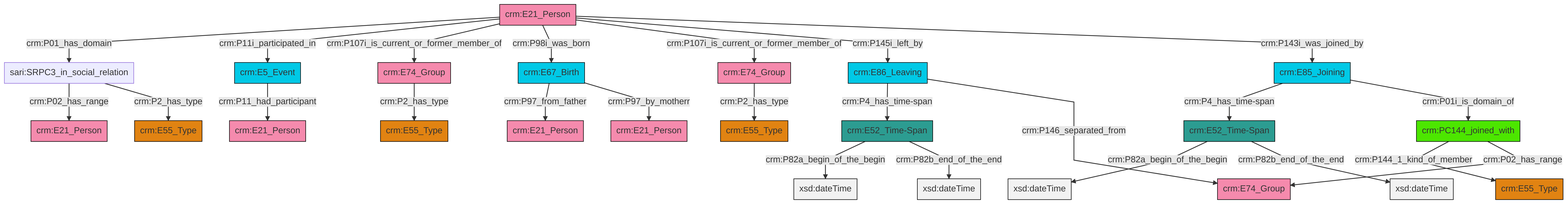
This is et/personCSV/ttl/mmd/png/Person_Actor_Relations.png from swiss-art-research-net/reference-data-models, a Mermaid export, as it was before one commit. Its source is kept beside it as et/personCSV/ttl/mmd/Person_Actor_Relations.ttl.mmd.
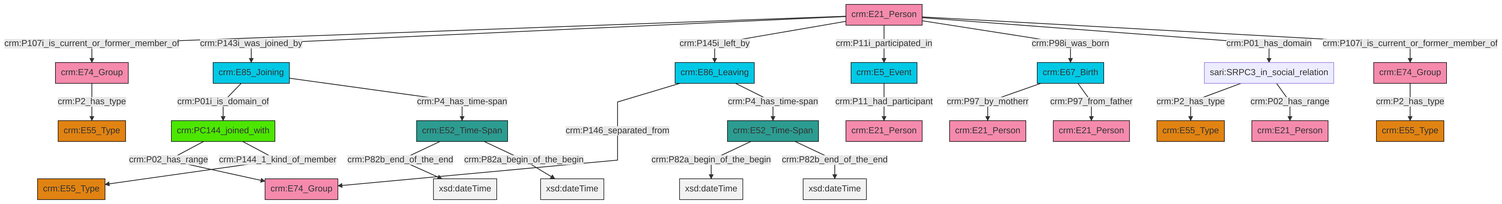
Later version of the same file.

What changed in the source:
```diff
@@ -13,27 +13,27 @@
 classDef PC_Classes fill:#4ce600, stroke:#000000;
 classDef Multi fill:#cccccc,stroke:#000000;
 
-0["crm:E21_Person"]:::Actor -->|crm:P01_has_domain| 1["sari:SRPC3_in_social_relation"]:::Default
-4["crm:E52_Time-Span"]:::Time-Span -->|crm:P82a_begin_of_the_begin| 5[xsd:dateTime]:::Literal
-6["crm:E67_Birth"]:::Temporal_Entity -->|crm:P97_from_father| 7["crm:E21_Person"]:::Actor
-10["crm:PC144_joined_with"]:::PC_Classes -->|crm:P144_1_kind_of_member| 11["crm:E55_Type"]:::Type
-14["crm:E86_Leaving"]:::Temporal_Entity -->|crm:P4_has_time-span| 15["crm:E52_Time-Span"]:::Time-Span
-0["crm:E21_Person"]:::Actor -->|crm:P11i_participated_in| 12["crm:E5_Event"]:::Temporal_Entity
-12["crm:E5_Event"]:::Temporal_Entity -->|crm:P11_had_participant| 20["crm:E21_Person"]:::Actor
-1["sari:SRPC3_in_social_relation"]:::Default -->|crm:P02_has_range| 8["crm:E21_Person"]:::Actor
-0["crm:E21_Person"]:::Actor -->|crm:P107i_is_current_or_former_member_of| 27["crm:E74_Group"]:::Actor
-14["crm:E86_Leaving"]:::Temporal_Entity -->|crm:P146_separated_from| 28["crm:E74_Group"]:::Actor
-4["crm:E52_Time-Span"]:::Time-Span -->|crm:P82b_end_of_the_end| 29[xsd:dateTime]:::Literal
-15["crm:E52_Time-Span"]:::Time-Span -->|crm:P82a_begin_of_the_begin| 32[xsd:dateTime]:::Literal
-36["crm:E85_Joining"]:::Temporal_Entity -->|crm:P4_has_time-span| 4["crm:E52_Time-Span"]:::Time-Span
-0["crm:E21_Person"]:::Actor -->|crm:P98i_was_born| 6["crm:E67_Birth"]:::Temporal_Entity
-0["crm:E21_Person"]:::Actor -->|crm:P107i_is_current_or_former_member_of| 25["crm:E74_Group"]:::Actor
+0["crm:E21_Person"]:::Actor -->|crm:P107i_is_current_or_former_member_of| 1["crm:E74_Group"]:::Actor
+2["crm:E5_Event"]:::Temporal_Entity -->|crm:P11_had_participant| 3["crm:E21_Person"]:::Actor
+6["crm:E85_Joining"]:::Temporal_Entity -->|crm:P01i_is_domain_of| 7["crm:PC144_joined_with"]:::PC_Classes
+12["crm:E74_Group"]:::Actor -->|crm:P2_has_type| 13["crm:E55_Type"]:::Type
+14["crm:E86_Leaving"]:::Temporal_Entity -->|crm:P146_separated_from| 15["crm:E74_Group"]:::Actor
+0["crm:E21_Person"]:::Actor -->|crm:P143i_was_joined_by| 6["crm:E85_Joining"]:::Temporal_Entity
+6["crm:E85_Joining"]:::Temporal_Entity -->|crm:P4_has_time-span| 4["crm:E52_Time-Span"]:::Time-Span
 0["crm:E21_Person"]:::Actor -->|crm:P145i_left_by| 14["crm:E86_Leaving"]:::Temporal_Entity
-27["crm:E74_Group"]:::Actor -->|crm:P2_has_type| 38["crm:E55_Type"]:::Type
-36["crm:E85_Joining"]:::Temporal_Entity -->|crm:P01i_is_domain_of| 10["crm:PC144_joined_with"]:::PC_Classes
-6["crm:E67_Birth"]:::Temporal_Entity -->|crm:P97_by_motherr| 21["crm:E21_Person"]:::Actor
-15["crm:E52_Time-Span"]:::Time-Span -->|crm:P82b_end_of_the_end| 45[xsd:dateTime]:::Literal
-10["crm:PC144_joined_with"]:::PC_Classes -->|crm:P02_has_range| 28["crm:E74_Group"]:::Actor
-25["crm:E74_Group"]:::Actor -->|crm:P2_has_type| 2["crm:E55_Type"]:::Type
-1["sari:SRPC3_in_social_relation"]:::Default -->|crm:P2_has_type| 18["crm:E55_Type"]:::Type
-0["crm:E21_Person"]:::Actor -->|crm:P143i_was_joined_by| 36["crm:E85_Joining"]:::Temporal_Entity
+0["crm:E21_Person"]:::Actor -->|crm:P11i_participated_in| 2["crm:E5_Event"]:::Temporal_Entity
+22["sari:SRPC3_in_social_relation"]:::Default -->|crm:P2_has_type| 23["crm:E55_Type"]:::Type
+22["sari:SRPC3_in_social_relation"]:::Default -->|crm:P02_has_range| 26["crm:E21_Person"]:::Actor
+0["crm:E21_Person"]:::Actor -->|crm:P98i_was_born| 27["crm:E67_Birth"]:::Temporal_Entity
+24["crm:E52_Time-Span"]:::Time-Span -->|crm:P82a_begin_of_the_begin| 28[xsd:dateTime]:::Literal
+4["crm:E52_Time-Span"]:::Time-Span -->|crm:P82b_end_of_the_end| 33[xsd:dateTime]:::Literal
+0["crm:E21_Person"]:::Actor -->|crm:P01_has_domain| 22["sari:SRPC3_in_social_relation"]:::Default
+27["crm:E67_Birth"]:::Temporal_Entity -->|crm:P97_by_motherr| 34["crm:E21_Person"]:::Actor
+27["crm:E67_Birth"]:::Temporal_Entity -->|crm:P97_from_father| 29["crm:E21_Person"]:::Actor
+4["crm:E52_Time-Span"]:::Time-Span -->|crm:P82a_begin_of_the_begin| 35[xsd:dateTime]:::Literal
+7["crm:PC144_joined_with"]:::PC_Classes -->|crm:P02_has_range| 15["crm:E74_Group"]:::Actor
+0["crm:E21_Person"]:::Actor -->|crm:P107i_is_current_or_former_member_of| 12["crm:E74_Group"]:::Actor
+7["crm:PC144_joined_with"]:::PC_Classes -->|crm:P144_1_kind_of_member| 18["crm:E55_Type"]:::Type
+1["crm:E74_Group"]:::Actor -->|crm:P2_has_type| 8["crm:E55_Type"]:::Type
+14["crm:E86_Leaving"]:::Temporal_Entity -->|crm:P4_has_time-span| 24["crm:E52_Time-Span"]:::Time-Span
+24["crm:E52_Time-Span"]:::Time-Span -->|crm:P82b_end_of_the_end| 46[xsd:dateTime]:::Literal
```
